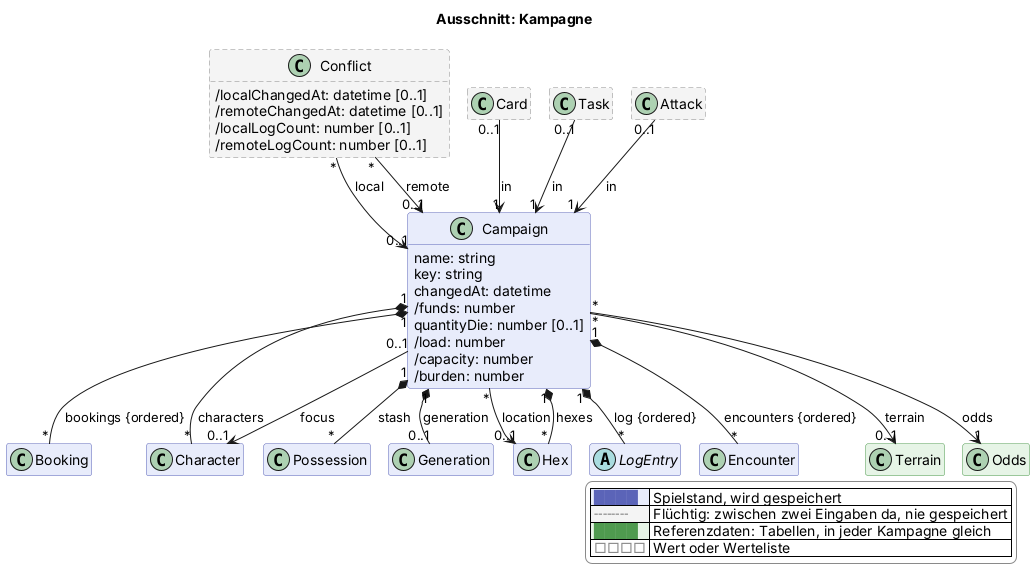
Earlier version of the PlantUML export docs/views/kampagne.png (scuzzar/SRE).
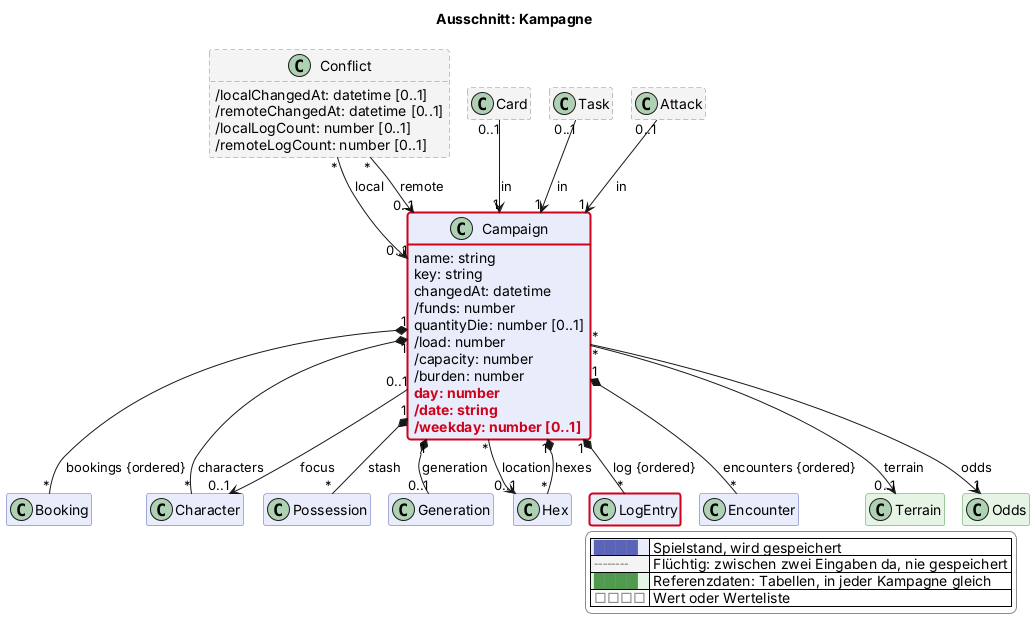
The same file after the commit.

The edit, as a diff of the source:
```diff
@@ -75,6 +75,9 @@
     /load: number
     /capacity: number
     /burden: number
+    $new("2026-11-13d", "day: number")
+    $new("2026-11-13d", "/date: string")
+    $new("2026-11-13d", "/weekday: number [0..1]")
   }
   class Booking $shop
   class Character $charakter
@@ -85,6 +88,7 @@
   class Hex $sektor
 
   abstract class LogEntry $probe
+
 
   class Conflict <<transient>> $kampagne {
     /localChangedAt: datetime [0..1]
@@ -108,6 +112,7 @@
 Campaign "1" *-- "*" Booking : bookings {ordered}
 Conflict "*" --> "0..1" Campaign : local
 Conflict "*" --> "0..1" Campaign : remote
+
 
 Campaign "1" *-- "0..1" Generation : generation
 
@@ -134,4 +139,6 @@
   |<#e6f4e6> <color:#4f9a4f>████</color> | Referenzdaten: Tabellen, in jeder Kampagne gleich |
   |<#ffffff> <color:#8a8a8a>□□□□</color> | Wert oder Werteliste |
 endlegend
+class Campaign #line:d0021b;line.bold
+class LogEntry #line:d0021b;line.bold
 @enduml
```
